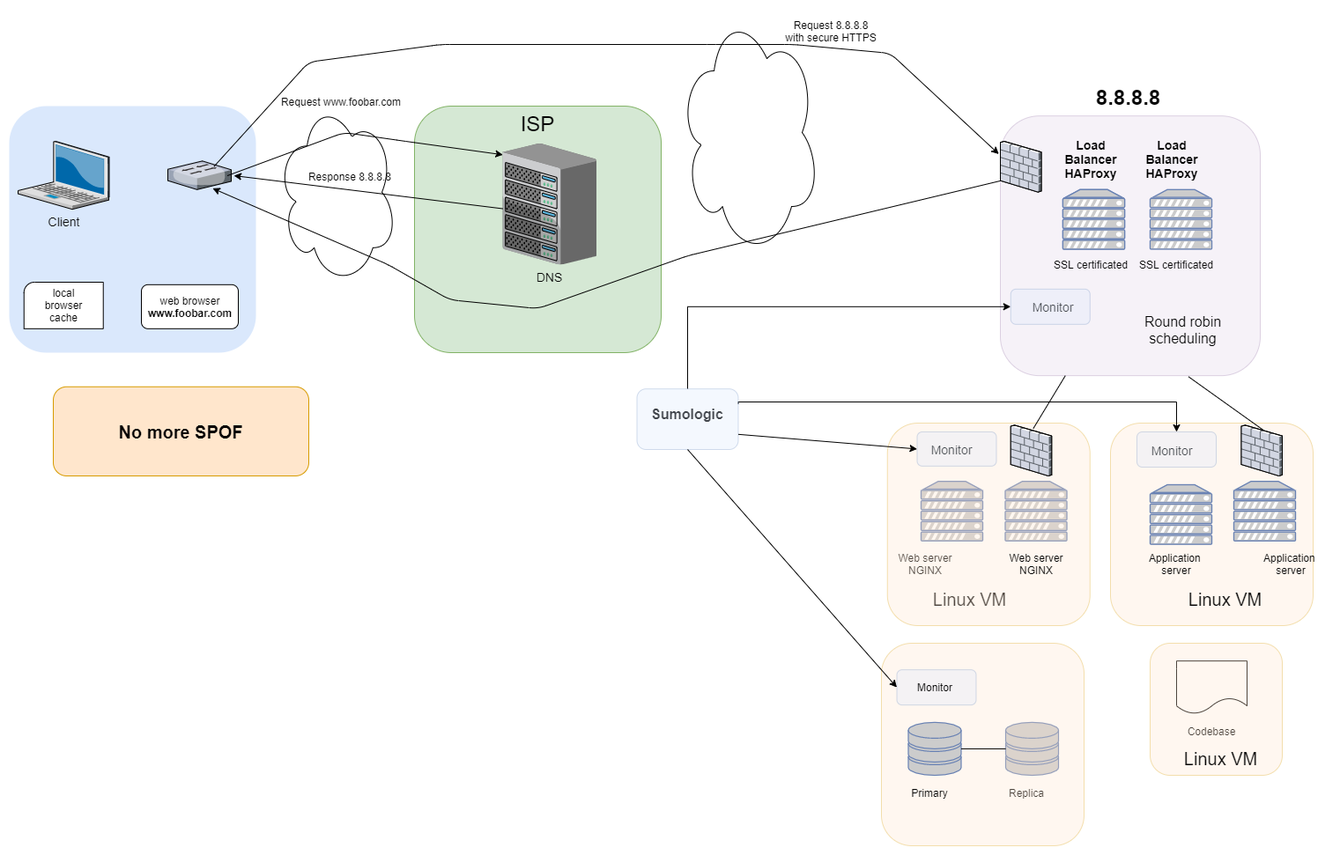
Before: 0x09-web_infrastructure_design/images/3-scale_up.png, a diagram exported from draw.io (huy75/holberton-system_engineering-devops). Source tidied: cells renumbered, new cells last; positions are measured from the earlier drawing's top-left corner, leaving out a move shared by most shapes.
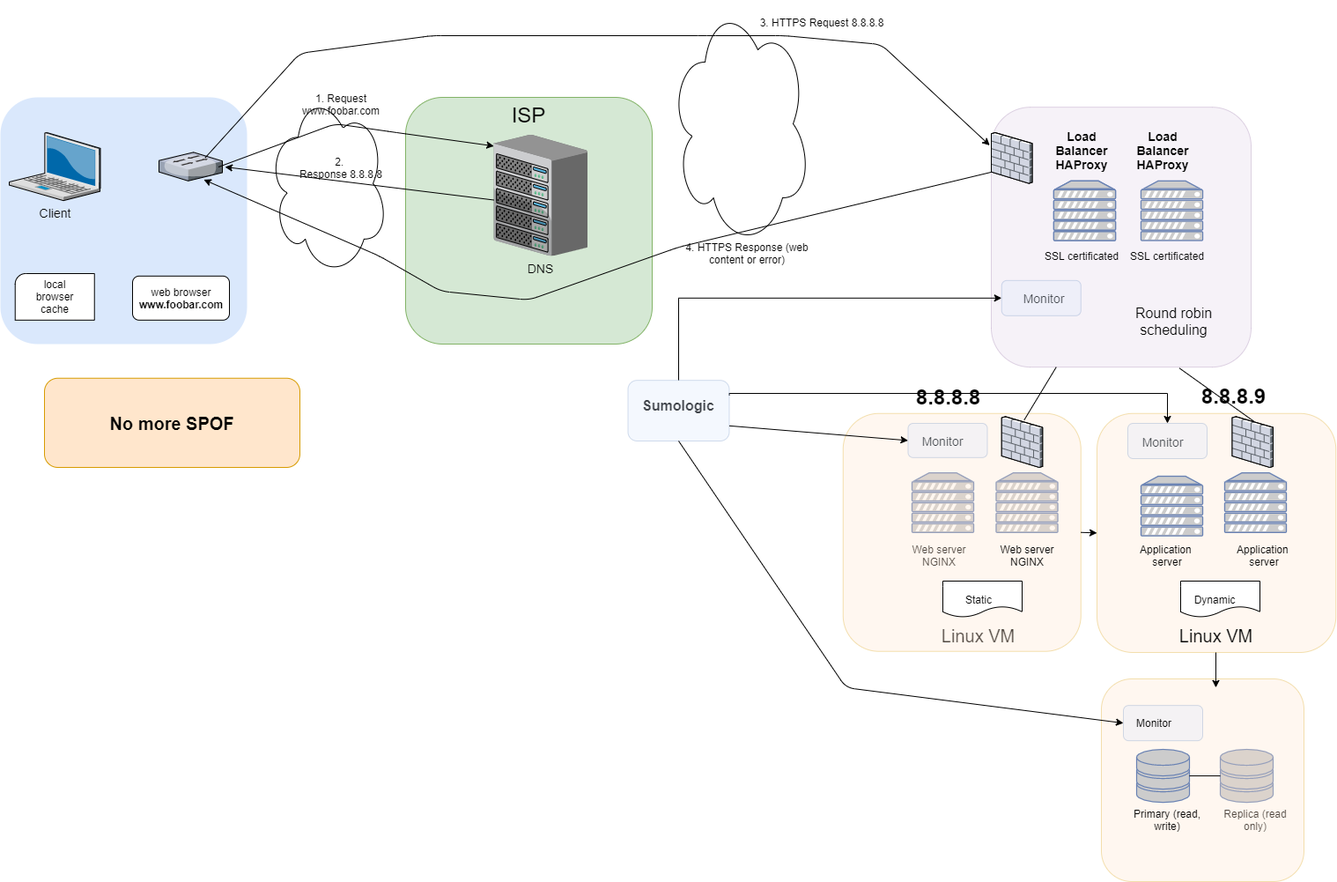
The same file after the commit.

The edit, as a diff of the source:
```diff
@@ -37,8 +37,8 @@
         </Array>
       </mxGeometry>
     </mxCell>
-    <mxCell id="12" value="Request www.foobar.com" style="text;html=1;strokeColor=none;fillColor=none;align=center;verticalAlign=middle;whiteSpace=wrap;rounded=0;" parent="1" vertex="1">
-      <mxGeometry x="304" y="90" width="146" height="30" as="geometry" />
+    <mxCell id="12" value="1. Request www.foobar.com" style="text;html=1;strokeColor=none;fillColor=none;align=center;verticalAlign=middle;whiteSpace=wrap;rounded=0;" parent="1" vertex="1">
+      <mxGeometry x="314" y="102.8" width="146" height="30" as="geometry" />
     </mxCell>
     <mxCell id="13" style="ellipse;shape=cloud;whiteSpace=wrap;html=1;" parent="1" vertex="1">
       <mxGeometry x="760" width="160" height="280" as="geometry" />
@@ -50,16 +50,16 @@
       <mxGeometry x="1130.5" y="536.2" width="70" height="67.7" as="geometry" />
     </mxCell>
     <mxCell id="16" value="Web server&lt;br&gt;NGINX" style="text;html=1;strokeColor=none;fillColor=none;align=center;verticalAlign=middle;whiteSpace=wrap;rounded=0;" parent="1" vertex="1">
-      <mxGeometry x="995" y="620" width="90" height="20" as="geometry" />
+      <mxGeometry x="1020.5" y="620" width="90" height="20" as="geometry" />
     </mxCell>
     <mxCell id="17" style="whiteSpace=wrap;html=1;fillColor=#e1d5e7;strokeColor=#9673a6;opacity=30;rounded=1;" parent="1" vertex="1">
       <mxGeometry x="1125" y="121.1" width="295" height="295" as="geometry" />
     </mxCell>
     <mxCell id="18" value="8.8.8.8" style="text;strokeColor=none;fillColor=none;html=1;fontSize=24;fontStyle=1;verticalAlign=middle;align=center;" parent="1" vertex="1">
-      <mxGeometry x="1195" y="80" width="150" height="40" as="geometry" />
+      <mxGeometry x="1000.5" y="430" width="150" height="40" as="geometry" />
     </mxCell>
     <mxCell id="19" value="&lt;span style=&quot;font-weight: normal&quot;&gt;&lt;font style=&quot;font-size: 20px&quot;&gt;Linux VM&lt;/font&gt;&lt;/span&gt;" style="text;strokeColor=none;fillColor=none;html=1;fontSize=24;fontStyle=1;verticalAlign=middle;align=center;" parent="1" vertex="1">
-      <mxGeometry x="1040" y="649" width="100" height="40" as="geometry" />
+      <mxGeometry x="1060" y="700" width="100" height="40" as="geometry" />
     </mxCell>
     <mxCell id="20" style="endArrow=classic;html=1;entryX=-0.006;entryY=0.147;entryDx=0;entryDy=0;entryPerimeter=0;exitX=0.728;exitY=0.192;exitDx=0;exitDy=0;exitPerimeter=0;" parent="1" edge="1" source="7" target="17">
       <mxGeometry relative="1" as="geometry">
@@ -72,7 +72,7 @@
         </Array>
       </mxGeometry>
     </mxCell>
-    <mxCell id="21" value="Request 8.8.8.8&lt;br&gt;with secure HTTPS" style="text;html=1;strokeColor=none;fillColor=none;align=center;verticalAlign=middle;whiteSpace=wrap;rounded=0;" parent="1" vertex="1">
+    <mxCell id="21" value="3. HTTPS Request 8.8.8.8&lt;span style=&quot;color: rgba(0 , 0 , 0 , 0) ; font-family: monospace ; font-size: 0px&quot;&gt;%3CmxGraphModel%3E%3Croot%3E%3CmxCell%20id%3D%220%22%2F%3E%3CmxCell%20id%3D%221%22%20parent%3D%220%22%2F%3E%3CmxCell%20id%3D%222%22%20value%3D%224.%20HTTPS%20Response%20(web%20content%20or%20error)%22%20style%3D%22text%3Bhtml%3D1%3BstrokeColor%3Dnone%3BfillColor%3Dnone%3Balign%3Dcenter%3BverticalAlign%3Dmiddle%3BwhiteSpace%3Dwrap%3Brounded%3D0%3B%22%20vertex%3D%221%22%20parent%3D%221%22%3E%3CmxGeometry%20x%3D%22885%22%20y%3D%22792.4799999999999%22%20width%3D%22146%22%20height%3D%2230%22%20as%3D%22geometry%22%2F%3E%3C%2FmxCell%3E%3C%2Froot%3E%3C%2FmxGraphModel%3E&lt;/span&gt;" style="text;html=1;strokeColor=none;fillColor=none;align=center;verticalAlign=middle;whiteSpace=wrap;rounded=0;" parent="1" vertex="1">
       <mxGeometry x="860" y="10" width="146" height="30" as="geometry" />
     </mxCell>
     <mxCell id="22" style="endArrow=classic;html=1;exitX=0;exitY=0.25;exitDx=0;exitDy=0;entryX=0.706;entryY=0.956;entryDx=0;entryDy=0;entryPerimeter=0;" parent="1" edge="1" source="17" target="7">
@@ -89,10 +89,10 @@
       <mxGeometry x="50" y="428.8" width="290" height="101.2" as="geometry" />
     </mxCell>
     <mxCell id="24" style="whiteSpace=wrap;html=1;fillColor=#ffe6cc;strokeColor=#d79b00;opacity=30;rounded=1;" parent="1" vertex="1">
-      <mxGeometry x="1250" y="470" width="230" height="230" as="geometry" />
+      <mxGeometry x="1245" y="468.8" width="271.2" height="271.2" as="geometry" />
     </mxCell>
     <mxCell id="25" value="&lt;span style=&quot;font-weight: normal&quot;&gt;&lt;font style=&quot;font-size: 20px&quot;&gt;Linux VM&lt;/font&gt;&lt;/span&gt;" style="text;strokeColor=none;fillColor=none;html=1;fontSize=24;fontStyle=1;verticalAlign=middle;align=center;" parent="1" vertex="1">
-      <mxGeometry x="1330" y="649" width="100" height="40" as="geometry" />
+      <mxGeometry x="1330" y="700" width="100" height="40" as="geometry" />
     </mxCell>
     <mxCell id="26" style="fontColor=#0066CC;verticalAlign=top;verticalLabelPosition=bottom;labelPosition=center;align=center;html=1;fillColor=#CCCCCC;strokeColor=#6881B3;gradientColor=none;gradientDirection=north;strokeWidth=2;shape=mxgraph.networks.server;" parent="1" vertex="1">
       <mxGeometry x="1295" y="540" width="70" height="67.7" as="geometry" />
@@ -100,23 +100,17 @@
     <mxCell id="27" style="fontColor=#0066CC;verticalAlign=top;verticalLabelPosition=bottom;labelPosition=center;align=center;html=1;fillColor=#CCCCCC;strokeColor=#6881B3;gradientColor=none;gradientDirection=north;strokeWidth=2;shape=mxgraph.networks.server;" parent="1" vertex="1">
       <mxGeometry x="1390" y="536.2" width="70" height="67.7" as="geometry" />
     </mxCell>
-    <mxCell id="28" style="shape=document;whiteSpace=wrap;html=1;boundedLbl=1;" parent="1" vertex="1">
-      <mxGeometry x="1325" y="740.2" width="80" height="60" as="geometry" />
-    </mxCell>
     <mxCell id="29" style="fontColor=#0066CC;verticalAlign=top;verticalLabelPosition=bottom;labelPosition=center;align=center;html=1;outlineConnect=0;fillColor=#CCCCCC;strokeColor=#6881B3;gradientColor=none;gradientDirection=north;strokeWidth=2;shape=mxgraph.networks.storage;" parent="1" vertex="1">
-      <mxGeometry x="1131" y="809.8" width="60" height="60.1" as="geometry" />
+      <mxGeometry x="1385" y="850" width="60" height="60.1" as="geometry" />
     </mxCell>
     <mxCell id="30" value="Application&amp;nbsp; server" style="text;html=1;strokeColor=none;fillColor=none;align=center;verticalAlign=middle;whiteSpace=wrap;rounded=0;" parent="1" vertex="1">
-      <mxGeometry x="1410" y="620" width="90" height="20" as="geometry" />
+      <mxGeometry x="1390" y="620" width="90" height="20" as="geometry" />
     </mxCell>
-    <mxCell id="31" value="Codebase" style="text;html=1;strokeColor=none;fillColor=none;align=center;verticalAlign=middle;whiteSpace=wrap;rounded=0;" parent="1" vertex="1">
-      <mxGeometry x="1320" y="810.2" width="90" height="20" as="geometry" />
-    </mxCell>
-    <mxCell id="32" value="Replica" style="text;html=1;strokeColor=none;fillColor=none;align=center;verticalAlign=middle;whiteSpace=wrap;rounded=0;" parent="1" vertex="1">
-      <mxGeometry x="1110" y="880" width="90" height="20" as="geometry" />
+    <mxCell id="32" value="Replica (read only)" style="text;html=1;strokeColor=none;fillColor=none;align=center;verticalAlign=middle;whiteSpace=wrap;rounded=0;" parent="1" vertex="1">
+      <mxGeometry x="1380" y="920" width="90" height="20" as="geometry" />
     </mxCell>
     <mxCell id="33" style="whiteSpace=wrap;html=1;fillColor=#ffe6cc;strokeColor=#d79b00;opacity=30;rounded=1;" parent="1" vertex="1">
-      <mxGeometry x="996.8" y="470" width="230" height="230" as="geometry" />
+      <mxGeometry x="956.8" y="468.8" width="270" height="270" as="geometry" />
     </mxCell>
     <mxCell id="34" style="fontColor=#0066CC;verticalAlign=top;verticalLabelPosition=bottom;labelPosition=center;align=center;html=1;fillColor=#CCCCCC;strokeColor=#6881B3;gradientColor=none;gradientDirection=north;strokeWidth=2;shape=mxgraph.networks.server;" parent="1" vertex="1">
       <mxGeometry x="1196" y="204.8" width="70" height="67.7" as="geometry" />
@@ -188,7 +182,7 @@
         <mxPoint x="255" y="189" as="targetPoint" />
       </mxGeometry>
     </mxCell>
-    <mxCell id="54" value="Response 8.8.8.8" style="text;html=1;strokeColor=none;fillColor=none;align=center;verticalAlign=middle;whiteSpace=wrap;rounded=0;" parent="1" vertex="1">
+    <mxCell id="54" value="2. &lt;br&gt;Response 8.8.8.8" style="text;html=1;strokeColor=none;fillColor=none;align=center;verticalAlign=middle;whiteSpace=wrap;rounded=0;" parent="1" vertex="1">
       <mxGeometry x="314" y="174.8" width="146" height="30" as="geometry" />
     </mxCell>
     <mxCell id="55" style="endArrow=classic;html=1;entryX=0;entryY=0.5;entryDx=0;entryDy=0;exitX=1;exitY=0.75;exitDx=0;exitDy=0;" parent="1" edge="1" source="52" target="47">
@@ -215,32 +209,54 @@
     <mxCell id="62" value="Application&amp;nbsp; server" style="text;html=1;strokeColor=none;fillColor=none;align=center;verticalAlign=middle;whiteSpace=wrap;rounded=0;" parent="1" vertex="1">
       <mxGeometry x="1280.2" y="620" width="90" height="20" as="geometry" />
     </mxCell>
-    <mxCell id="63" style="whiteSpace=wrap;html=1;fillColor=#ffe6cc;strokeColor=#d79b00;opacity=30;rounded=1;" parent="1" vertex="1">
-      <mxGeometry x="1295" y="720" width="150" height="150" as="geometry" />
-    </mxCell>
-    <mxCell id="64" value="&lt;span style=&quot;font-weight: normal&quot;&gt;&lt;font style=&quot;font-size: 20px&quot;&gt;Linux VM&lt;/font&gt;&lt;/span&gt;" style="text;strokeColor=none;fillColor=none;html=1;fontSize=24;fontStyle=1;verticalAlign=middle;align=center;" parent="1" vertex="1">
-      <mxGeometry x="1325" y="830.2" width="100" height="40" as="geometry" />
-    </mxCell>
     <mxCell id="65" style="whiteSpace=wrap;html=1;fillColor=#ffe6cc;strokeColor=#d79b00;opacity=30;rounded=1;" parent="1" vertex="1">
-      <mxGeometry x="990" y="720" width="230" height="230" as="geometry" />
+      <mxGeometry x="1250" y="770" width="230" height="230" as="geometry" />
     </mxCell>
     <mxCell id="66" style="rounded=1;whiteSpace=wrap;html=1;fillColor=#dae8fc;opacity=30;strokeColor=#6c8ebf;" parent="1" vertex="1">
-      <mxGeometry x="1007.5" y="750.2" width="90" height="40" as="geometry" />
+      <mxGeometry x="1275" y="800.2" width="90" height="40" as="geometry" />
     </mxCell>
     <mxCell id="67" value="Monitor" style="text;html=1;strokeColor=none;fillColor=none;align=center;verticalAlign=middle;whiteSpace=wrap;rounded=0;opacity=30;" parent="1" vertex="1">
-      <mxGeometry x="1030.5" y="760.2" width="40" height="20" as="geometry" />
+      <mxGeometry x="1290" y="810.2" width="40" height="20" as="geometry" />
     </mxCell>
     <mxCell id="68" style="endArrow=classic;html=1;entryX=0;entryY=0.5;entryDx=0;entryDy=0;exitX=0.5;exitY=1;exitDx=0;exitDy=0;" parent="1" edge="1" source="52" target="66">
-      <mxGeometry relative="1" as="geometry" />
+      <mxGeometry relative="1" as="geometry">
+        <Array as="points">
+          <mxPoint x="960" y="780" />
+        </Array>
+      </mxGeometry>
     </mxCell>
     <mxCell id="69" style="fontColor=#0066CC;verticalAlign=top;verticalLabelPosition=bottom;labelPosition=center;align=center;html=1;outlineConnect=0;fillColor=#CCCCCC;strokeColor=#6881B3;gradientColor=none;gradientDirection=north;strokeWidth=2;shape=mxgraph.networks.storage;" parent="1" vertex="1">
-      <mxGeometry x="1020.5" y="809.8" width="60" height="60.1" as="geometry" />
+      <mxGeometry x="1290" y="850" width="60" height="60.1" as="geometry" />
     </mxCell>
-    <mxCell id="70" value="Primary" style="text;html=1;strokeColor=none;fillColor=none;align=center;verticalAlign=middle;whiteSpace=wrap;rounded=0;" parent="1" vertex="1">
-      <mxGeometry x="1000" y="880" width="90" height="20" as="geometry" />
+    <mxCell id="70" value="Primary (read, write)" style="text;html=1;strokeColor=none;fillColor=none;align=center;verticalAlign=middle;whiteSpace=wrap;rounded=0;" parent="1" vertex="1">
+      <mxGeometry x="1280.2" y="920" width="90" height="20" as="geometry" />
     </mxCell>
     <mxCell id="71" style="endArrow=none;html=1;entryX=0;entryY=0.5;entryDx=0;entryDy=0;entryPerimeter=0;exitX=1;exitY=0.5;exitDx=0;exitDy=0;exitPerimeter=0;" parent="1" edge="1" source="69" target="29">
       <mxGeometry relative="1" as="geometry" />
     </mxCell>
+    <mxCell id="72" value="4. HTTPS Response (web content or error)" style="text;html=1;strokeColor=none;fillColor=none;align=center;verticalAlign=middle;whiteSpace=wrap;rounded=0;" parent="1" vertex="1">
+      <mxGeometry x="775" y="272.5" width="146" height="30" as="geometry" />
+    </mxCell>
+    <mxCell id="73" value="8.8.8.9" style="text;strokeColor=none;fillColor=none;html=1;fontSize=24;fontStyle=1;verticalAlign=middle;align=center;" parent="1" vertex="1">
+      <mxGeometry x="1325" y="428.8" width="150" height="40" as="geometry" />
+    </mxCell>
+    <mxCell id="74" style="shape=document;whiteSpace=wrap;html=1;boundedLbl=1;" parent="1" vertex="1">
+      <mxGeometry x="1070" y="659" width="90" height="41" as="geometry" />
+    </mxCell>
+    <mxCell id="75" value="Static" style="text;html=1;strokeColor=none;fillColor=none;align=center;verticalAlign=middle;whiteSpace=wrap;rounded=0;" parent="1" vertex="1">
+      <mxGeometry x="1091" y="669.5" width="40" height="20" as="geometry" />
+    </mxCell>
+    <mxCell id="76" style="shape=document;whiteSpace=wrap;html=1;boundedLbl=1;" parent="1" vertex="1">
+      <mxGeometry x="1340" y="659" width="90" height="41" as="geometry" />
+    </mxCell>
+    <mxCell id="77" value="Dynamic" style="text;html=1;strokeColor=none;fillColor=none;align=center;verticalAlign=middle;whiteSpace=wrap;rounded=0;" parent="1" vertex="1">
+      <mxGeometry x="1358.5" y="669.5" width="40" height="20" as="geometry" />
+    </mxCell>
+    <mxCell id="78" style="endArrow=classic;html=1;exitX=1;exitY=0.5;exitDx=0;exitDy=0;entryX=0;entryY=0.5;entryDx=0;entryDy=0;" parent="1" edge="1" source="33" target="24">
+      <mxGeometry relative="1" as="geometry" />
+    </mxCell>
+    <mxCell id="79" style="endArrow=classic;html=1;exitX=0.5;exitY=1;exitDx=0;exitDy=0;entryX=0.565;entryY=0.043;entryDx=0;entryDy=0;entryPerimeter=0;" parent="1" edge="1" source="25" target="65">
+      <mxGeometry relative="1" as="geometry" />
+    </mxCell>
   </root>
 </mxGraphModel>
```
